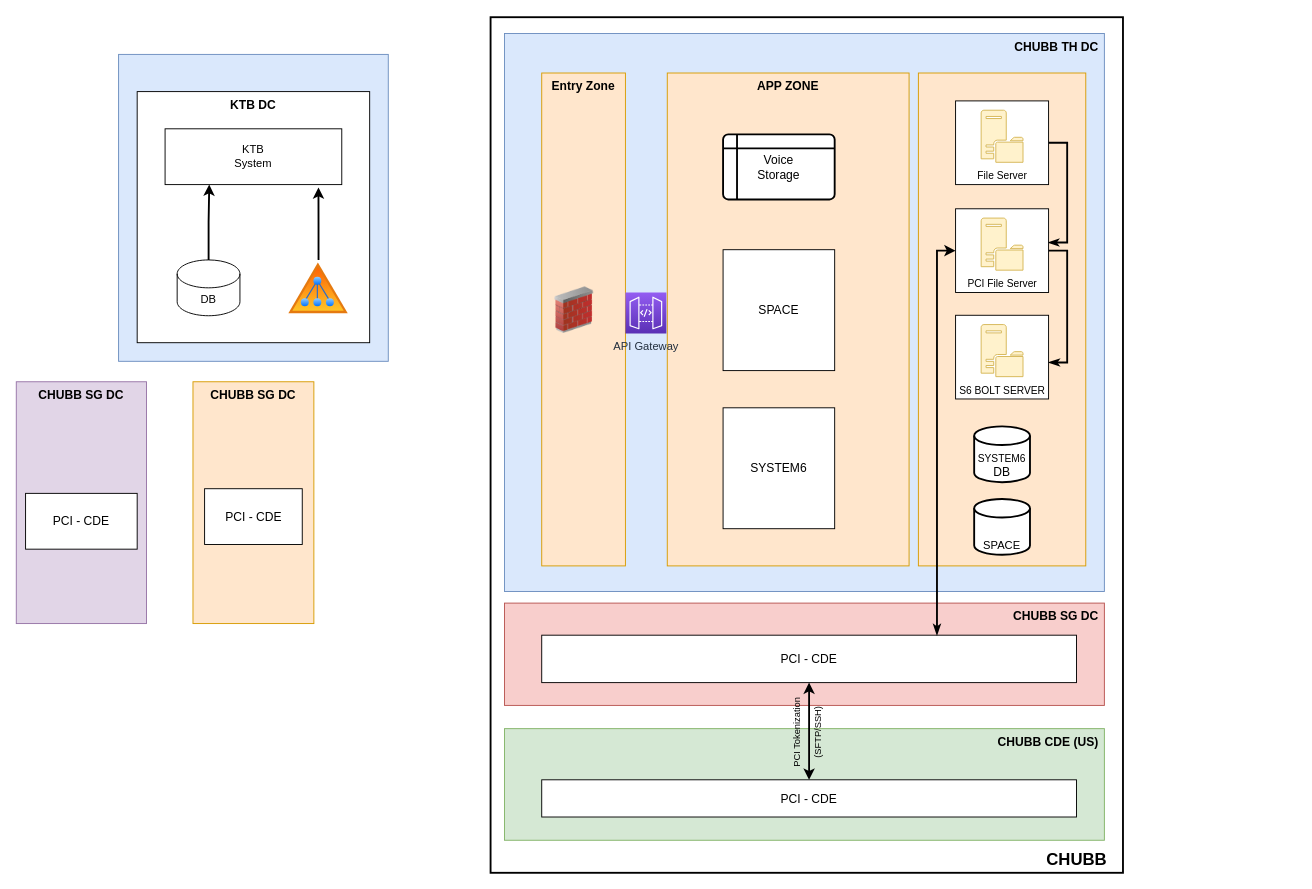
The draw.io diagram KTB.drawio in saileshsharma/saileshsharma, before the edit. Source tidied: cells renumbered, new cells numbered last; positions are measured from the earlier drawing's top-left corner, leaving out a move shared by most shapes. Both pictures are drawn from the tidied source at 93%, with x=0, y=0 at pixel (16, 17).
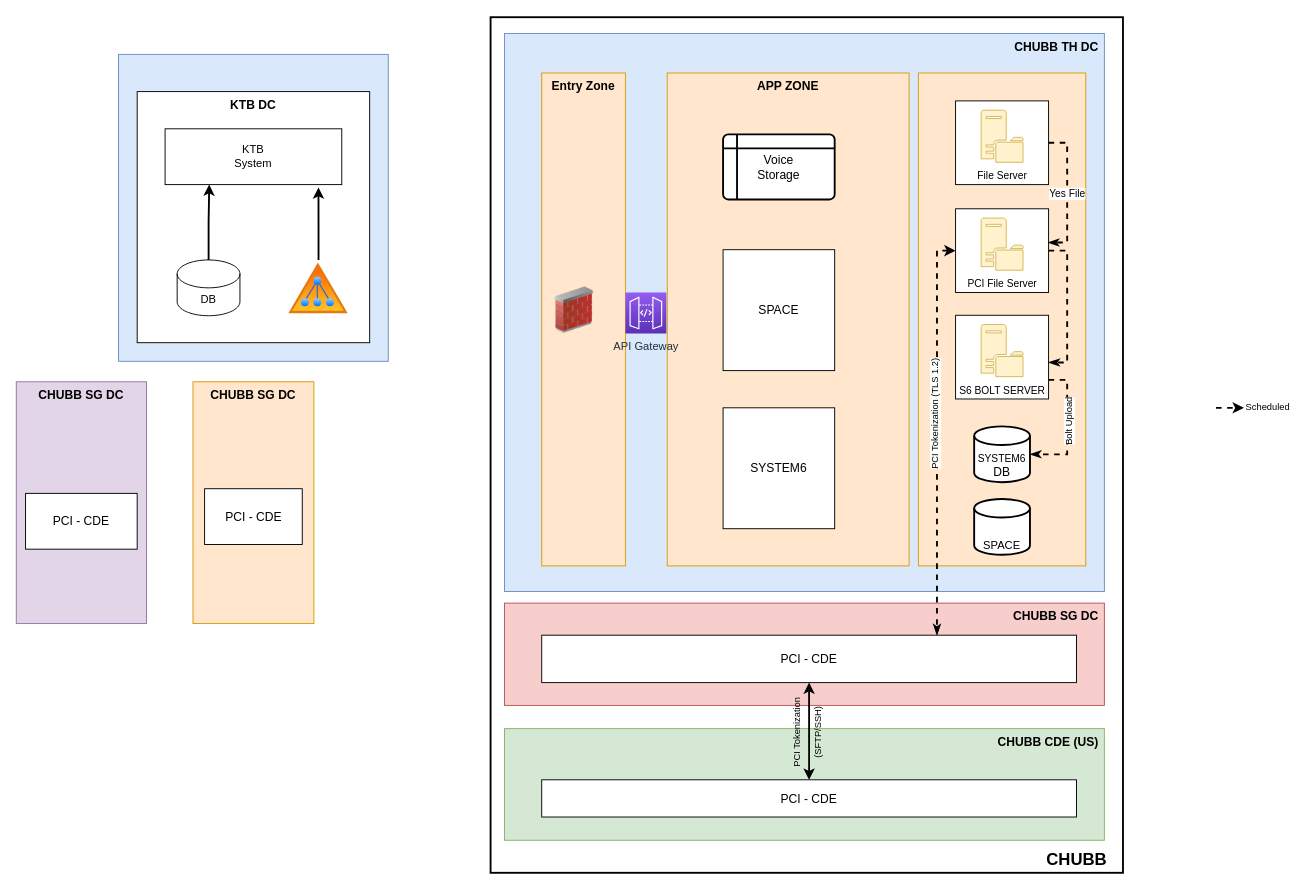
The same diagram, later.

The change refers to these unchanged cells:
```xml
<mxCell id="21" value="&lt;span style=&quot;font-size: 11px;&quot;&gt;SYSTEM6&lt;br&gt;&lt;/span&gt;DB" style="strokeWidth=2;html=1;shape=mxgraph.flowchart.database;whiteSpace=wrap;fontSize=13;fillColor=default;verticalAlign=bottom;" parent="1" vertex="1">
  <mxGeometry x="1030" y="440" width="60" height="60" as="geometry" />
</mxCell>
<mxCell id="27" value="PCI - CDE" style="rounded=0;whiteSpace=wrap;html=1;fontSize=13;fillColor=default;" parent="1" vertex="1">
  <mxGeometry x="565" y="664.5" width="575" height="51" as="geometry" />
</mxCell>
<mxCell id="32" style="rounded=0;whiteSpace=wrap;html=1;labelBackgroundColor=default;fontSize=10;strokeColor=#000000;strokeWidth=1;fillColor=default;" parent="1" vertex="1">
  <mxGeometry x="1010" y="90" width="100" height="90" as="geometry" />
</mxCell>
<mxCell id="36" style="rounded=0;whiteSpace=wrap;html=1;labelBackgroundColor=default;fontSize=10;strokeColor=#000000;strokeWidth=1;fillColor=default;" parent="1" vertex="1">
  <mxGeometry x="1010" y="206" width="100" height="90" as="geometry" />
</mxCell>
<mxCell id="38" style="rounded=0;whiteSpace=wrap;html=1;labelBackgroundColor=default;fontSize=10;strokeColor=#000000;strokeWidth=1;fillColor=default;" parent="1" vertex="1">
  <mxGeometry x="1010" y="320.5" width="100" height="90" as="geometry" />
</mxCell>
```

Diff of the diagram source:
```diff
@@
-    <mxCell id="31" style="edgeStyle=orthogonalEdgeStyle;rounded=0;jettySize=auto;html=1;entryX=0.993;entryY=0.403;entryDx=0;entryDy=0;entryPerimeter=0;fontSize=11;startArrow=none;startFill=0;endArrow=classicThin;endFill=1;strokeWidth=2;" parent="1" edge="1" source="32" target="36">
-      <mxGeometry relative="1" as="geometry">
+    <mxCell id="31" value="Yes File" style="edgeStyle=orthogonalEdgeStyle;rounded=0;jettySize=auto;html=1;fontSize=11;startArrow=none;startFill=0;endArrow=classicThin;endFill=1;strokeWidth=2;entryX=0.993;entryY=0.403;entryDx=0;entryDy=0;entryPerimeter=0;dashed=1;" parent="1" edge="1" source="32" target="36">
+      <mxGeometry x="0.01" relative="1" as="geometry">
         <Array as="points">
           <mxPoint x="1130" y="135" />
           <mxPoint x="1130" y="242" />
         </Array>
       </mxGeometry>
     </mxCell>
@@
-    <mxCell id="34" style="edgeStyle=orthogonalEdgeStyle;rounded=0;jettySize=auto;html=1;entryX=1;entryY=0.564;entryDx=0;entryDy=0;entryPerimeter=0;fontSize=11;startArrow=none;startFill=0;endArrow=classicThin;endFill=1;strokeWidth=2;" parent="1" edge="1" source="36" target="38">
+    <mxCell id="34" style="edgeStyle=orthogonalEdgeStyle;rounded=0;jettySize=auto;html=1;entryX=1;entryY=0.564;entryDx=0;entryDy=0;entryPerimeter=0;fontSize=11;startArrow=none;startFill=0;endArrow=classicThin;endFill=1;strokeWidth=2;dashed=1;" parent="1" edge="1" source="36" target="38">
       <mxGeometry relative="1" as="geometry">
         <Array as="points">
           <mxPoint x="1130" y="251" />
           <mxPoint x="1130" y="371" />
         </Array>
       </mxGeometry>
     </mxCell>
-    <mxCell id="35" style="edgeStyle=orthogonalEdgeStyle;rounded=0;jettySize=auto;html=1;fontSize=11;startArrow=classic;startFill=1;endArrow=classicThin;endFill=1;strokeWidth=2;" parent="1" edge="1" source="36" target="27">
+    <mxCell id="35" style="edgeStyle=orthogonalEdgeStyle;rounded=0;jettySize=auto;html=1;fontSize=11;startArrow=classic;startFill=1;endArrow=classicThin;endFill=1;strokeWidth=2;dashed=1;" parent="1" edge="1" source="36" target="27">
       <mxGeometry relative="1" as="geometry">
         <Array as="points">
           <mxPoint x="990" y="251" />
         </Array>
       </mxGeometry>
     </mxCell>
+    <mxCell id="40" value="PCI Tokenization (TLS 1.2)" style="edgeLabel;html=1;align=center;verticalAlign=middle;fontSize=10;rotation=270;" parent="35" vertex="1">
+      <mxGeometry x="-0.09" y="-3" relative="1" as="geometry" />
+    </mxCell>
@@
+    <mxCell id="41" style="edgeStyle=orthogonalEdgeStyle;rounded=0;jettySize=auto;html=1;entryX=1;entryY=0.5;entryDx=0;entryDy=0;entryPerimeter=0;fontSize=10;startArrow=none;startFill=0;endArrow=classicThin;endFill=1;strokeWidth=2;dashed=1;" parent="1" edge="1" source="38" target="21">
+      <mxGeometry relative="1" as="geometry">
+        <Array as="points">
+          <mxPoint x="1130" y="390" />
+          <mxPoint x="1130" y="470" />
+        </Array>
+      </mxGeometry>
+    </mxCell>
+    <mxCell id="42" value="Bolt Upload" style="edgeLabel;html=1;align=center;verticalAlign=middle;fontSize=10;rotation=270;" parent="41" vertex="1">
+      <mxGeometry x="-0.06" y="1" relative="1" as="geometry" />
+    </mxCell>
@@
+    <mxCell id="43" style="endArrow=classic;startArrow=none;html=1;rounded=0;dashed=1;fontSize=10;strokeWidth=2;startFill=0;" parent="1" edge="1">
+      <mxGeometry relative="1" as="geometry">
+        <mxPoint x="1290" y="420" as="sourcePoint" />
+        <mxPoint x="1320" y="420" as="targetPoint" />
+      </mxGeometry>
+    </mxCell>
+    <mxCell id="44" value="Scheduled" style="text;html=1;strokeColor=none;fillColor=none;align=center;verticalAlign=middle;whiteSpace=wrap;rounded=0;labelBackgroundColor=default;fontSize=10;" parent="1" vertex="1">
+      <mxGeometry x="1316" y="404" width="60" height="30" as="geometry" />
+    </mxCell>
```
